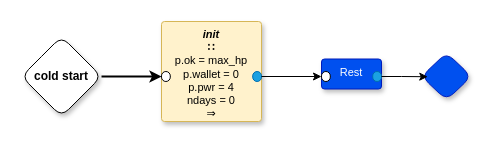
The draw.io diagram page "Game" (2 of 3) of dc0d.drawio in guitarvydas/dc0d, before the edit. Source tidied: cells renumbered, new cells numbered last; positions are measured from the earlier drawing's top-left corner, leaving out a move shared by most shapes. Both pictures are drawn from the tidied source at 100%, with x=0, y=0 at pixel (21, 21).
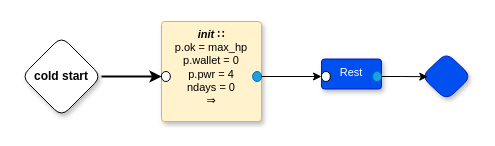
The same diagram, later.

Commit message (it also covers changes not shown here):
no br after init and Rest

The edit, as a diff of the source:
```diff
@@
 <mxGraphModel>
   <root>
     <mxCell id="0" />
     <mxCell id="1" parent="0" />
     <mxCell id="2" value="cold start" style="rhombus;whiteSpace=wrap;html=1;rounded=1;fontStyle=1;glass=0;sketch=0;fontSize=12;points=[[0,0.5,0,0,0],[0.5,0,0,0,0],[0.5,1,0,0,0],[1,0.5,0,0,0]];shadow=1;fontFamily=Helvetica;fontColor=default;" parent="1" vertex="1">
       <mxGeometry y="15" width="80" height="80" as="geometry" />
     </mxCell>
     <mxCell id="3" style="rhombus;whiteSpace=wrap;html=1;rounded=1;fillColor=#0050ef;fontColor=#ffffff;strokeColor=#001DBC;fontStyle=1;glass=0;sketch=0;fontSize=12;points=[[0,0.5,0,0,0],[0.5,0,0,0,0],[0.5,1,0,0,0],[1,0.5,0,0,0]];shadow=1;fontFamily=Helvetica;" parent="1" vertex="1">
       <mxGeometry x="400" y="31.2" width="50" height="47.5" as="geometry" />
     </mxCell>
-    <mxCell id="4" value="&lt;i style=&quot;&quot;&gt;&lt;b&gt;init&lt;br&gt;&lt;/b&gt;&lt;/i&gt;&lt;b&gt;∷&lt;br&gt;&lt;/b&gt;p.ok = max_hp&lt;br&gt;p.wallet = 0&lt;br&gt;p.pwr = 4&lt;br&gt;ndays = 0&lt;br&gt;⇒" style="rounded=1;whiteSpace=wrap;html=1;sketch=0;verticalAlign=top;arcSize=6;fontStyle=0;absoluteArcSize=1;shadow=1;strokeColor=#d6b656;fillColor=#fff2cc;fontFamily=Helvetica;fontSize=11;" parent="1" vertex="1">
+    <mxCell id="4" value="&lt;i style=&quot;&quot;&gt;&lt;b&gt;init&amp;nbsp;&lt;/b&gt;&lt;/i&gt;&lt;b&gt;∷&lt;br&gt;&lt;/b&gt;p.ok = max_hp&lt;br&gt;p.wallet = 0&lt;br&gt;p.pwr = 4&lt;br&gt;ndays = 0&lt;br&gt;⇒" style="rounded=1;whiteSpace=wrap;html=1;sketch=0;verticalAlign=top;arcSize=6;fontStyle=0;absoluteArcSize=1;shadow=1;strokeColor=#d6b656;fillColor=#fff2cc;fontFamily=Helvetica;fontSize=11;" parent="1" vertex="1">
       <mxGeometry x="140" width="100" height="100" as="geometry" />
     </mxCell>
     <mxCell id="5" style="rounded=1;whiteSpace=wrap;html=1;sketch=0;points=[[0,0.5,0,0,0],[1,0.5,0,0,0]];arcSize=50;fontFamily=Helvetica;fontSize=11;fontColor=default;" parent="4" vertex="1">
       <mxGeometry y="50" width="8.8" height="10" as="geometry" />
     </mxCell>
     <mxCell id="6" style="rounded=1;whiteSpace=wrap;html=1;sketch=0;points=[[0,0.5,0,0,0],[1,0.5,0,0,0]];arcSize=50;fontFamily=Helvetica;fontSize=11;fontColor=#ffffff;fillColor=#1ba1e2;strokeColor=#006EAF;" parent="4" vertex="1">
       <mxGeometry x="91.2" y="50" width="8.8" height="10" as="geometry" />
     </mxCell>
     <mxCell id="7" style="edgeStyle=orthogonalEdgeStyle;rounded=1;jettySize=auto;html=1;entryX=0;entryY=0.5;entryDx=0;entryDy=0;entryPerimeter=0;strokeWidth=2;curved=0;" parent="1" edge="1" source="2" target="5">
       <mxGeometry relative="1" as="geometry" />
     </mxCell>
     <mxCell id="8" value="Rest" style="rounded=1;whiteSpace=wrap;html=1;sketch=0;verticalAlign=top;arcSize=6;fontStyle=0;absoluteArcSize=1;shadow=1;strokeColor=#001DBC;fillColor=#0050ef;fontColor=#ffffff;fontFamily=Helvetica;fontSize=11;" parent="1" vertex="1">
       <mxGeometry x="300" y="37.5" width="60" height="30" as="geometry" />
     </mxCell>
     <mxCell id="9" style="rounded=1;whiteSpace=wrap;html=1;sketch=0;points=[[0,0.5,0,0,0],[1,0.5,0,0,0]];arcSize=50;fontFamily=Helvetica;fontSize=11;" parent="8" vertex="1">
       <mxGeometry y="12.5" width="8.8" height="10" as="geometry" />
     </mxCell>
     <mxCell id="10" style="rounded=1;whiteSpace=wrap;html=1;sketch=0;points=[[0,0.5,0,0,0],[1,0.5,0,0,0]];arcSize=50;fontFamily=Helvetica;fontSize=11;fontColor=#ffffff;fillColor=#1ba1e2;strokeColor=#006EAF;" parent="8" vertex="1">
       <mxGeometry x="51.2" y="12.5" width="8.8" height="10" as="geometry" />
     </mxCell>
     <mxCell id="11" style="edgeStyle=orthogonalEdgeStyle;rounded=0;jettySize=auto;html=1;exitX=1;exitY=0.5;exitDx=0;exitDy=0;exitPerimeter=0;entryX=0.125;entryY=0.506;entryDx=0;entryDy=0;entryPerimeter=0;" parent="1" edge="1" source="10" target="3">
       <mxGeometry relative="1" as="geometry" />
     </mxCell>
     <mxCell id="12" style="edgeStyle=orthogonalEdgeStyle;rounded=0;jettySize=auto;html=1;exitX=1;exitY=0.5;exitDx=0;exitDy=0;exitPerimeter=0;entryX=0;entryY=0.5;entryDx=0;entryDy=0;entryPerimeter=0;" parent="1" edge="1" source="6" target="9">
       <mxGeometry relative="1" as="geometry" />
     </mxCell>
   </root>
 </mxGraphModel>
```
